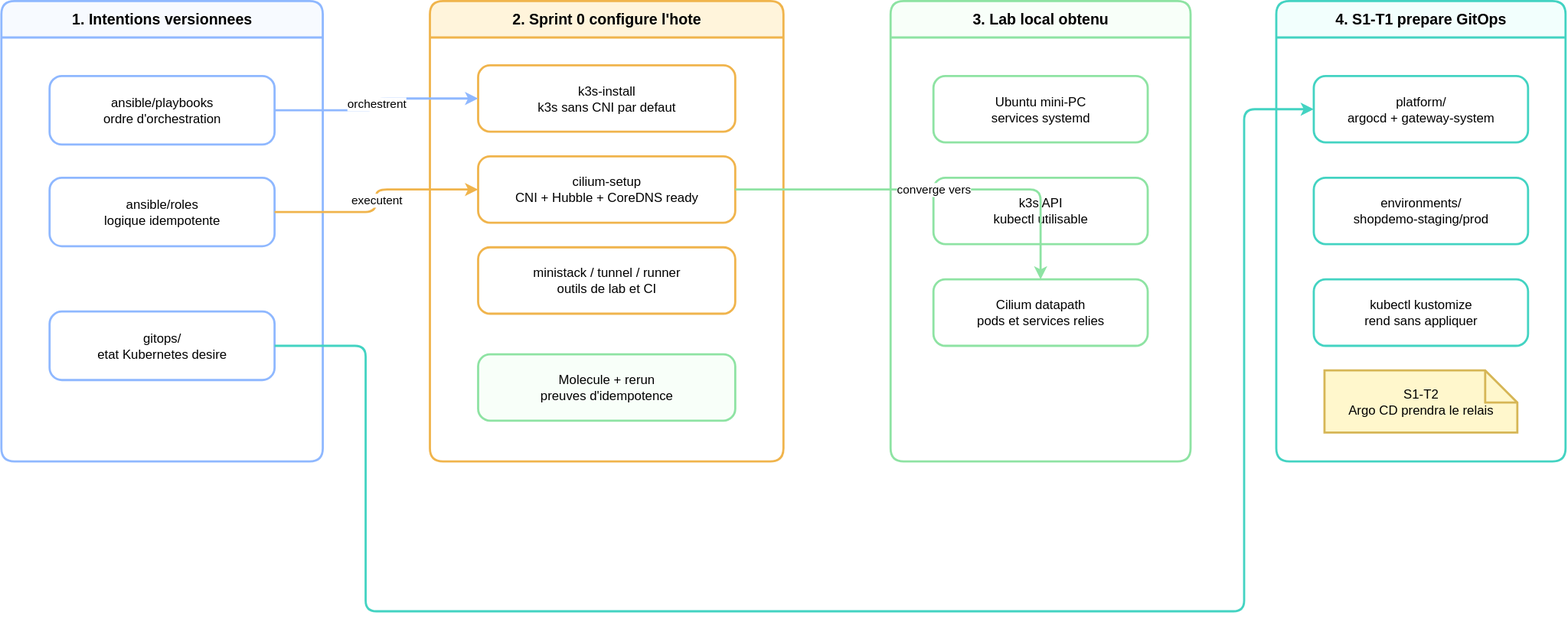
The draw.io diagram docs/diagrams/comment-ca-marche-s0-s1.svg in ClementV78/shop-demo, before a commit. Source tidied: cells renumbered, new cells last; positions are measured from the earlier drawing's top-left corner, leaving out a move shared by most shapes.
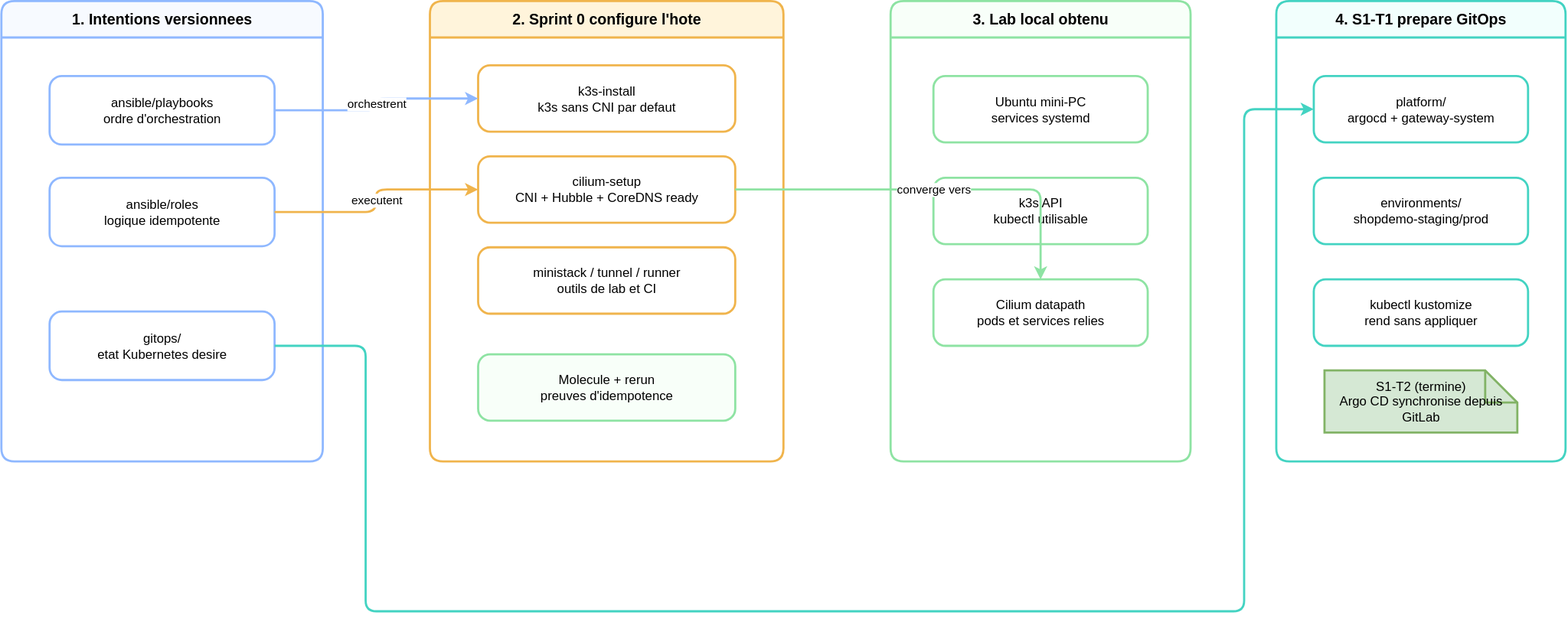
After the change.

Commit message:
Documenter S1-T2 (Argo CD) partout ou le futur etait encore mentionne

What changed in the source:
```diff
@@ -53,7 +53,7 @@
     <mxCell id="18" value="kubectl kustomize&#10;rend sans appliquer" style="rounded=1;arcSize=18;whiteSpace=wrap;html=1;fontFamily=Helvetica;fontSize=12;fillColor=#ffffff;strokeColor=#43d3c2;strokeWidth=2;" parent="15" vertex="1">
       <mxGeometry x="35" y="260" width="200" height="62" as="geometry" />
     </mxCell>
-    <mxCell id="19" value="S1-T2&#10;Argo CD prendra le relais" style="shape=note;whiteSpace=wrap;html=1;fontFamily=Helvetica;fontSize=12;fillColor=#fff7cc;strokeColor=#d6b656;strokeWidth=2;" parent="15" vertex="1">
+    <mxCell id="19" value="S1-T2 (termine)&#10;Argo CD synchronise depuis GitLab" style="shape=note;whiteSpace=wrap;html=1;fontFamily=Helvetica;fontSize=12;fillColor=#d5e8d4;strokeColor=#82b366;strokeWidth=2;" parent="15" vertex="1">
       <mxGeometry x="45" y="345" width="180" height="58" as="geometry" />
     </mxCell>
     <mxCell id="20" value="orchestrent" style="edgeStyle=orthogonalEdgeStyle;rounded=1;jettySize=auto;html=1;labelBackgroundColor=#ffffff;endArrow=classic;endFill=1;strokeColor=#8fb8ff;strokeWidth=2;fontFamily=Helvetica;fontSize=11;" parent="1" edge="1" source="3" target="7">
```
